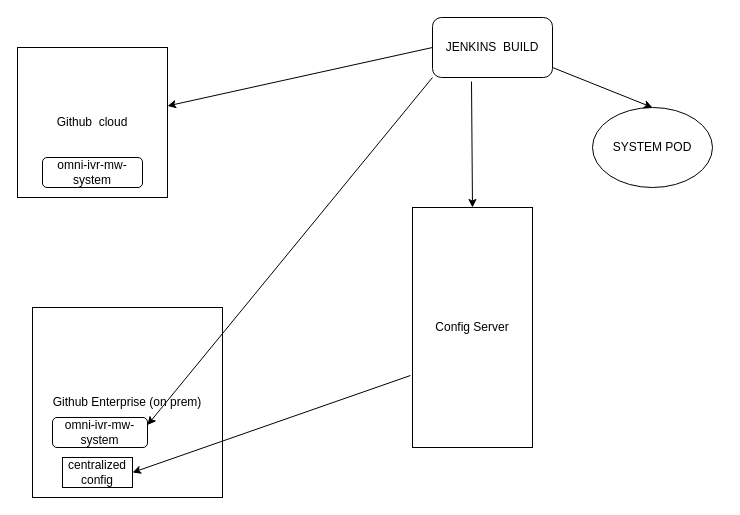
The draw.io diagram Github Migration.drawio in anshuldevmehta/RandomDiagrams, before the edit. Source tidied: cells renumbered, new cells numbered last; positions are measured from the earlier drawing's top-left corner, leaving out a move shared by most shapes. Both pictures are drawn from the tidied source at 100%, with x=0, y=0 at pixel (17, 17).
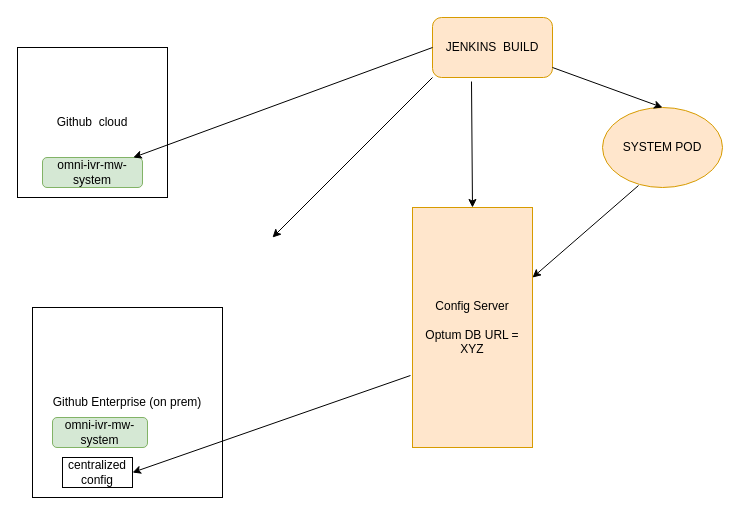
The same diagram, later.

Diff of the diagram source:
```diff
@@
 <mxGraphModel>
   <root>
     <mxCell id="0" />
     <mxCell id="1" parent="0" />
     <mxCell id="2" value="Github&amp;nbsp; cloud" style="whiteSpace=wrap;html=1;" parent="1" vertex="1">
       <mxGeometry y="30" width="150" height="150" as="geometry" />
     </mxCell>
     <mxCell id="3" value="Github Enterprise (on prem)" style="whiteSpace=wrap;html=1;" parent="1" vertex="1">
       <mxGeometry x="15" y="290" width="190" height="190" as="geometry" />
     </mxCell>
-    <mxCell id="4" value="omni-ivr-mw-system" style="rounded=1;whiteSpace=wrap;html=1;" parent="1" vertex="1">
+    <mxCell id="4" value="omni-ivr-mw-system" style="rounded=1;whiteSpace=wrap;html=1;fillColor=#d5e8d4;strokeColor=#82b366;" parent="1" vertex="1">
       <mxGeometry x="25" y="140" width="100" height="30" as="geometry" />
     </mxCell>
-    <mxCell id="5" value="omni-ivr-mw-system" style="rounded=1;whiteSpace=wrap;html=1;" parent="1" vertex="1">
+    <mxCell id="5" value="omni-ivr-mw-system" style="rounded=1;whiteSpace=wrap;html=1;fillColor=#d5e8d4;strokeColor=#82b366;" parent="1" vertex="1">
       <mxGeometry x="35" y="400" width="95" height="30" as="geometry" />
     </mxCell>
-    <mxCell id="6" value="Config Server" style="rounded=0;whiteSpace=wrap;html=1;" parent="1" vertex="1">
+    <mxCell id="6" value="&lt;div&gt;Config Server&lt;/div&gt;&lt;div&gt;&lt;br&gt;&lt;/div&gt;&lt;div&gt;Optum DB URL = XYZ&lt;br&gt;&lt;/div&gt;" style="rounded=0;whiteSpace=wrap;html=1;fillColor=#ffe6cc;strokeColor=#d79b00;" parent="1" vertex="1">
       <mxGeometry x="395" y="190" width="120" height="240" as="geometry" />
     </mxCell>
-    <mxCell id="7" value="JENKINS&amp;nbsp; BUILD" style="rounded=1;whiteSpace=wrap;html=1;" parent="1" vertex="1">
+    <mxCell id="7" value="JENKINS&amp;nbsp; BUILD" style="rounded=1;whiteSpace=wrap;html=1;fillColor=#ffe6cc;strokeColor=#d79b00;" parent="1" vertex="1">
       <mxGeometry x="415" width="120" height="60" as="geometry" />
     </mxCell>
-    <mxCell id="8" style="endArrow=classic;html=1;rounded=0;exitX=0;exitY=0.5;exitDx=0;exitDy=0;" parent="1" edge="1" source="7" target="2">
+    <mxCell id="8" style="endArrow=classic;html=1;rounded=0;exitX=0;exitY=0.5;exitDx=0;exitDy=0;" parent="1" edge="1" source="7" target="4">
       <mxGeometry relative="1" as="geometry" />
     </mxCell>
     <mxCell id="9" style="endArrow=classic;html=1;rounded=0;entryX=0.5;entryY=0;entryDx=0;entryDy=0;exitX=0.325;exitY=1.067;exitDx=0;exitDy=0;exitPerimeter=0;" parent="1" edge="1" source="7" target="6">
       <mxGeometry relative="1" as="geometry" />
     </mxCell>
     <mxCell id="10" value="centralized config" style="rounded=0;whiteSpace=wrap;html=1;" parent="1" vertex="1">
       <mxGeometry x="45" y="440" width="70" height="30" as="geometry" />
     </mxCell>
     <mxCell id="11" style="endArrow=classic;html=1;rounded=0;entryX=1;entryY=0.5;entryDx=0;entryDy=0;exitX=-0.017;exitY=0.7;exitDx=0;exitDy=0;exitPerimeter=0;" parent="1" edge="1" source="6" target="10">
       <mxGeometry relative="1" as="geometry" />
     </mxCell>
-    <mxCell id="12" style="endArrow=classic;html=1;rounded=0;entryX=1;entryY=0.25;entryDx=0;entryDy=0;exitX=0;exitY=1;exitDx=0;exitDy=0;" parent="1" edge="1" source="7" target="5">
-      <mxGeometry relative="1" as="geometry" />
+    <mxCell id="12" style="endArrow=classic;html=1;rounded=0;exitX=0;exitY=1;exitDx=0;exitDy=0;" parent="1" edge="1" source="7">
+      <mxGeometry relative="1" as="geometry">
+        <mxPoint x="255" y="220" as="targetPoint" />
+      </mxGeometry>
     </mxCell>
-    <mxCell id="13" value="SYSTEM POD" style="ellipse;whiteSpace=wrap;html=1;" parent="1" vertex="1">
-      <mxGeometry x="575" y="90" width="120" height="80" as="geometry" />
+    <mxCell id="13" value="SYSTEM POD" style="ellipse;whiteSpace=wrap;html=1;fillColor=#ffe6cc;strokeColor=#d79b00;" parent="1" vertex="1">
+      <mxGeometry x="585" y="90" width="120" height="80" as="geometry" />
     </mxCell>
     <mxCell id="14" style="endArrow=classic;html=1;rounded=0;entryX=0.5;entryY=0;entryDx=0;entryDy=0;" parent="1" edge="1" target="13">
       <mxGeometry relative="1" as="geometry">
         <mxPoint x="535" y="50" as="sourcePoint" />
       </mxGeometry>
     </mxCell>
+    <mxCell id="15" style="endArrow=classic;html=1;rounded=0;entryX=1;entryY=0.292;entryDx=0;entryDy=0;entryPerimeter=0;exitX=0.3;exitY=0.975;exitDx=0;exitDy=0;exitPerimeter=0;" parent="1" edge="1" source="13" target="6">
+      <mxGeometry relative="1" as="geometry" />
+    </mxCell>
   </root>
 </mxGraphModel>
```
